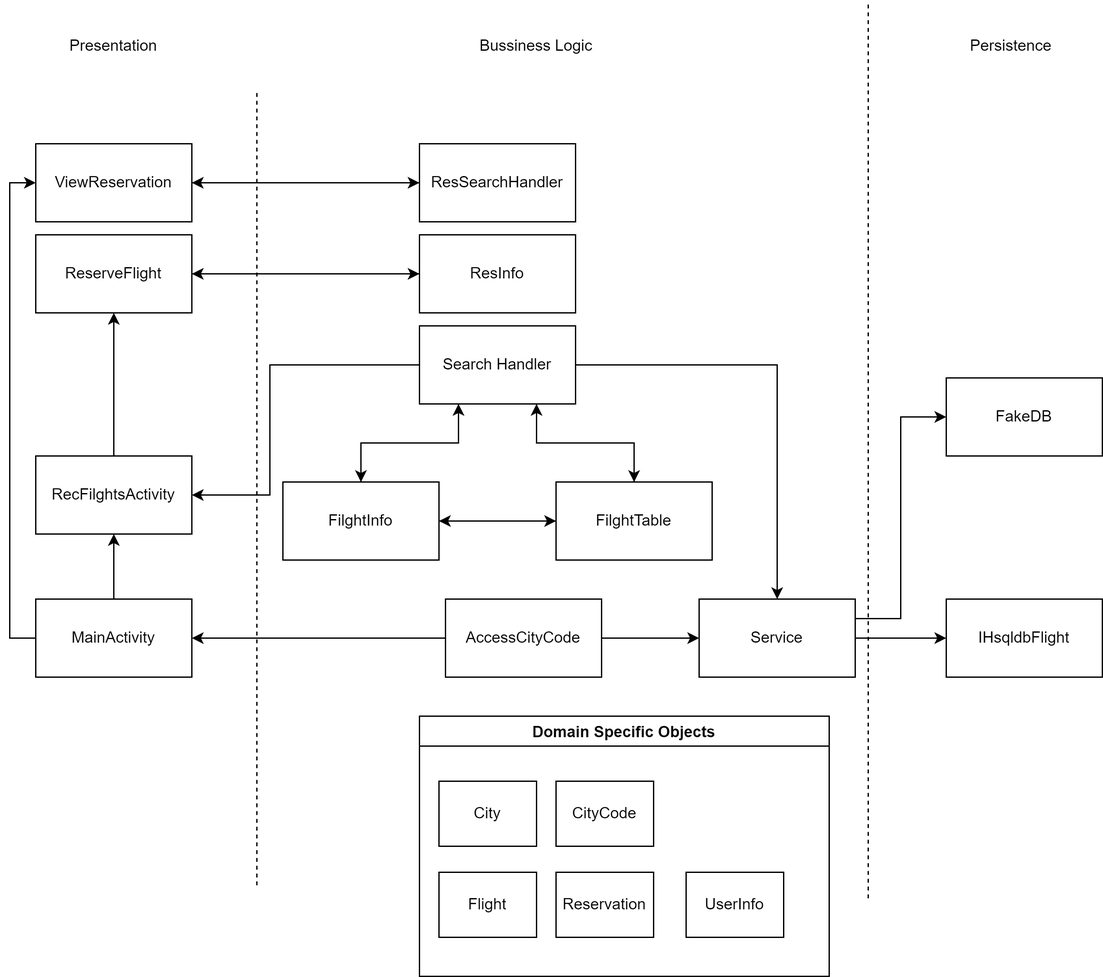
Before: ARCHITECTURE4.png, a diagram exported from draw.io (devampatels22/Airline-Reservation-App). Source tidied: cells renumbered, new cells last; positions are measured from the earlier drawing's top-left corner, leaving out a move shared by most shapes. Its diagram source:
```xml
<mxGraphModel>
  <root>
    <mxCell id="0" />
    <mxCell id="1" parent="0" />
    <mxCell id="2" style="edgeStyle=orthogonalEdgeStyle;rounded=0;jettySize=auto;html=1;exitX=0.5;exitY=0;exitDx=0;exitDy=0;entryX=0.5;entryY=1;entryDx=0;entryDy=0;" parent="1" edge="1" source="4" target="30">
      <mxGeometry relative="1" as="geometry" />
    </mxCell>
    <mxCell id="3" style="edgeStyle=orthogonalEdgeStyle;rounded=0;jettySize=auto;html=1;exitX=0;exitY=0.5;exitDx=0;exitDy=0;entryX=0;entryY=0.5;entryDx=0;entryDy=0;" parent="1" edge="1" source="4" target="34">
      <mxGeometry relative="1" as="geometry" />
    </mxCell>
    <mxCell id="4" value="MainActivity" style="rounded=0;whiteSpace=wrap;html=1;" parent="1" vertex="1">
      <mxGeometry y="460" width="120" height="60" as="geometry" />
    </mxCell>
    <mxCell id="5" value="Presentation" style="text;html=1;strokeColor=none;fillColor=none;align=center;verticalAlign=middle;whiteSpace=wrap;rounded=0;" parent="1" vertex="1">
      <mxGeometry x="30" y="20" width="60" height="30" as="geometry" />
    </mxCell>
    <mxCell id="6" style="endArrow=none;dashed=1;html=1;rounded=0;" parent="1" edge="1">
      <mxGeometry relative="1" as="geometry">
        <mxPoint x="170" y="680" as="sourcePoint" />
        <mxPoint x="170" y="70" as="targetPoint" />
      </mxGeometry>
    </mxCell>
    <mxCell id="7" value="Bussiness Logic" style="text;html=1;strokeColor=none;fillColor=none;align=center;verticalAlign=middle;whiteSpace=wrap;rounded=0;" parent="1" vertex="1">
      <mxGeometry x="330" y="20" width="110" height="30" as="geometry" />
    </mxCell>
    <mxCell id="8" value="Persistence" style="text;html=1;strokeColor=none;fillColor=none;align=center;verticalAlign=middle;whiteSpace=wrap;rounded=0;" parent="1" vertex="1">
      <mxGeometry x="720" y="20" width="60" height="30" as="geometry" />
    </mxCell>
    <mxCell id="9" style="endArrow=none;dashed=1;html=1;rounded=0;" parent="1" edge="1">
      <mxGeometry relative="1" as="geometry">
        <mxPoint x="640" y="690" as="sourcePoint" />
        <mxPoint x="640" as="targetPoint" />
      </mxGeometry>
    </mxCell>
    <mxCell id="10" style="edgeStyle=orthogonalEdgeStyle;rounded=0;jettySize=auto;html=1;exitX=0.25;exitY=1;exitDx=0;exitDy=0;" parent="1" edge="1" source="14">
      <mxGeometry relative="1" as="geometry">
        <mxPoint x="250" y="370" as="targetPoint" />
      </mxGeometry>
    </mxCell>
    <mxCell id="11" style="edgeStyle=orthogonalEdgeStyle;rounded=0;jettySize=auto;html=1;exitX=0.75;exitY=1;exitDx=0;exitDy=0;entryX=0.5;entryY=0;entryDx=0;entryDy=0;" parent="1" edge="1" source="14" target="17">
      <mxGeometry relative="1" as="geometry" />
    </mxCell>
    <mxCell id="12" style="edgeStyle=orthogonalEdgeStyle;rounded=0;jettySize=auto;html=1;exitX=1;exitY=0.5;exitDx=0;exitDy=0;entryX=0.5;entryY=0;entryDx=0;entryDy=0;" parent="1" edge="1" source="14" target="26">
      <mxGeometry relative="1" as="geometry" />
    </mxCell>
    <mxCell id="13" style="edgeStyle=orthogonalEdgeStyle;rounded=0;jettySize=auto;html=1;exitX=0;exitY=0.5;exitDx=0;exitDy=0;entryX=1;entryY=0.5;entryDx=0;entryDy=0;" parent="1" edge="1" source="14" target="30">
      <mxGeometry relative="1" as="geometry">
        <Array as="points">
          <mxPoint x="180" y="280" />
          <mxPoint x="180" y="380" />
        </Array>
      </mxGeometry>
    </mxCell>
    <mxCell id="14" value="Search Handler" style="rounded=0;whiteSpace=wrap;html=1;" parent="1" vertex="1">
      <mxGeometry x="295" y="250" width="120" height="60" as="geometry" />
    </mxCell>
    <mxCell id="15" style="edgeStyle=orthogonalEdgeStyle;rounded=0;jettySize=auto;html=1;exitX=0.5;exitY=0;exitDx=0;exitDy=0;entryX=0.75;entryY=1;entryDx=0;entryDy=0;" parent="1" edge="1" source="17" target="14">
      <mxGeometry relative="1" as="geometry" />
    </mxCell>
    <mxCell id="16" style="edgeStyle=orthogonalEdgeStyle;rounded=0;jettySize=auto;html=1;exitX=0;exitY=0.5;exitDx=0;exitDy=0;" parent="1" edge="1" source="17" target="20">
      <mxGeometry relative="1" as="geometry" />
    </mxCell>
    <mxCell id="17" value="FilghtTable" style="rounded=0;whiteSpace=wrap;html=1;" parent="1" vertex="1">
      <mxGeometry x="400" y="370" width="120" height="60" as="geometry" />
    </mxCell>
    <mxCell id="18" style="edgeStyle=orthogonalEdgeStyle;rounded=0;jettySize=auto;html=1;exitX=0.5;exitY=0;exitDx=0;exitDy=0;" parent="1" edge="1" source="20">
      <mxGeometry relative="1" as="geometry">
        <mxPoint x="325" y="310" as="targetPoint" />
      </mxGeometry>
    </mxCell>
    <mxCell id="19" style="edgeStyle=orthogonalEdgeStyle;rounded=0;jettySize=auto;html=1;exitX=1;exitY=0.5;exitDx=0;exitDy=0;entryX=0;entryY=0.5;entryDx=0;entryDy=0;" parent="1" edge="1" source="20" target="17">
      <mxGeometry relative="1" as="geometry" />
    </mxCell>
    <mxCell id="20" value="FilghtInfo" style="rounded=0;whiteSpace=wrap;html=1;" parent="1" vertex="1">
      <mxGeometry x="190" y="370" width="120" height="60" as="geometry" />
    </mxCell>
    <mxCell id="21" style="edgeStyle=orthogonalEdgeStyle;rounded=0;jettySize=auto;html=1;exitX=1;exitY=0.5;exitDx=0;exitDy=0;" parent="1" edge="1" source="23" target="26">
      <mxGeometry relative="1" as="geometry" />
    </mxCell>
    <mxCell id="22" style="edgeStyle=orthogonalEdgeStyle;rounded=0;jettySize=auto;html=1;exitX=0;exitY=0.5;exitDx=0;exitDy=0;" parent="1" edge="1" source="23" target="4">
      <mxGeometry relative="1" as="geometry" />
    </mxCell>
    <mxCell id="23" value="AccessCityCode" style="rounded=0;whiteSpace=wrap;html=1;" parent="1" vertex="1">
      <mxGeometry x="315" y="460" width="120" height="60" as="geometry" />
    </mxCell>
    <mxCell id="24" style="edgeStyle=orthogonalEdgeStyle;rounded=0;jettySize=auto;html=1;exitX=1;exitY=0.25;exitDx=0;exitDy=0;entryX=0;entryY=0.5;entryDx=0;entryDy=0;" parent="1" edge="1" source="26" target="27">
      <mxGeometry relative="1" as="geometry" />
    </mxCell>
    <mxCell id="25" style="edgeStyle=orthogonalEdgeStyle;rounded=0;jettySize=auto;html=1;exitX=1;exitY=0.5;exitDx=0;exitDy=0;entryX=0;entryY=0.5;entryDx=0;entryDy=0;" parent="1" edge="1" source="26" target="28">
      <mxGeometry relative="1" as="geometry" />
    </mxCell>
    <mxCell id="26" value="Service" style="rounded=0;whiteSpace=wrap;html=1;" parent="1" vertex="1">
      <mxGeometry x="510" y="460" width="120" height="60" as="geometry" />
    </mxCell>
    <mxCell id="27" value="FakeDB" style="rounded=0;whiteSpace=wrap;html=1;" parent="1" vertex="1">
      <mxGeometry x="700" y="290" width="120" height="60" as="geometry" />
    </mxCell>
    <mxCell id="28" value="IHsqldbFlight" style="rounded=0;whiteSpace=wrap;html=1;" parent="1" vertex="1">
      <mxGeometry x="700" y="460" width="120" height="60" as="geometry" />
    </mxCell>
    <mxCell id="29" style="edgeStyle=orthogonalEdgeStyle;rounded=0;jettySize=auto;html=1;exitX=0.5;exitY=0;exitDx=0;exitDy=0;entryX=0.5;entryY=1;entryDx=0;entryDy=0;" parent="1" edge="1" source="30" target="32">
      <mxGeometry relative="1" as="geometry" />
    </mxCell>
    <mxCell id="30" value="RecFilghtsActivity" style="rounded=0;whiteSpace=wrap;html=1;" parent="1" vertex="1">
      <mxGeometry y="350" width="120" height="60" as="geometry" />
    </mxCell>
    <mxCell id="31" style="edgeStyle=orthogonalEdgeStyle;rounded=0;jettySize=auto;html=1;exitX=1;exitY=0.5;exitDx=0;exitDy=0;entryX=0;entryY=0.5;entryDx=0;entryDy=0;" parent="1" edge="1" source="32" target="38">
      <mxGeometry relative="1" as="geometry" />
    </mxCell>
    <mxCell id="32" value="ReserveFlight" style="rounded=0;whiteSpace=wrap;html=1;" parent="1" vertex="1">
      <mxGeometry y="180" width="120" height="60" as="geometry" />
    </mxCell>
    <mxCell id="33" style="edgeStyle=orthogonalEdgeStyle;rounded=0;jettySize=auto;html=1;exitX=1;exitY=0.5;exitDx=0;exitDy=0;entryX=0;entryY=0.5;entryDx=0;entryDy=0;" parent="1" edge="1" source="34" target="36">
      <mxGeometry relative="1" as="geometry" />
    </mxCell>
    <mxCell id="34" value="ViewReservation" style="rounded=0;whiteSpace=wrap;html=1;" parent="1" vertex="1">
      <mxGeometry y="110" width="120" height="60" as="geometry" />
    </mxCell>
    <mxCell id="35" style="edgeStyle=orthogonalEdgeStyle;rounded=0;jettySize=auto;html=1;exitX=0;exitY=0.5;exitDx=0;exitDy=0;entryX=1;entryY=0.5;entryDx=0;entryDy=0;" parent="1" edge="1" source="36" target="34">
      <mxGeometry relative="1" as="geometry" />
    </mxCell>
    <mxCell id="36" value="ResSearchHandler" style="rounded=0;whiteSpace=wrap;html=1;" parent="1" vertex="1">
      <mxGeometry x="295" y="110" width="120" height="60" as="geometry" />
    </mxCell>
    <mxCell id="37" style="edgeStyle=orthogonalEdgeStyle;rounded=0;jettySize=auto;html=1;exitX=0;exitY=0.5;exitDx=0;exitDy=0;entryX=1;entryY=0.5;entryDx=0;entryDy=0;" parent="1" edge="1" source="38" target="32">
      <mxGeometry relative="1" as="geometry" />
    </mxCell>
    <mxCell id="38" value="ResInfo" style="rounded=0;whiteSpace=wrap;html=1;" parent="1" vertex="1">
      <mxGeometry x="295" y="180" width="120" height="60" as="geometry" />
    </mxCell>
    <mxCell id="39" value="Domain Specific Objects" style="swimlane;" parent="1" vertex="1">
      <mxGeometry x="295" y="550" width="315" height="200" as="geometry" />
    </mxCell>
    <mxCell id="40" value="City" style="rounded=0;whiteSpace=wrap;html=1;" parent="39" vertex="1">
      <mxGeometry x="15" y="50" width="75" height="50" as="geometry" />
    </mxCell>
    <mxCell id="41" value="CityCode" style="rounded=0;whiteSpace=wrap;html=1;" parent="39" vertex="1">
      <mxGeometry x="105" y="50" width="75" height="50" as="geometry" />
    </mxCell>
    <mxCell id="42" value="Flight" style="rounded=0;whiteSpace=wrap;html=1;" parent="39" vertex="1">
      <mxGeometry x="15" y="120" width="75" height="50" as="geometry" />
    </mxCell>
    <mxCell id="43" value="Reservation" style="rounded=0;whiteSpace=wrap;html=1;" parent="39" vertex="1">
      <mxGeometry x="105" y="120" width="75" height="50" as="geometry" />
    </mxCell>
    <mxCell id="44" value="UserInfo" style="rounded=0;whiteSpace=wrap;html=1;" parent="39" vertex="1">
      <mxGeometry x="205" y="120" width="75" height="50" as="geometry" />
    </mxCell>
  </root>
</mxGraphModel>
```
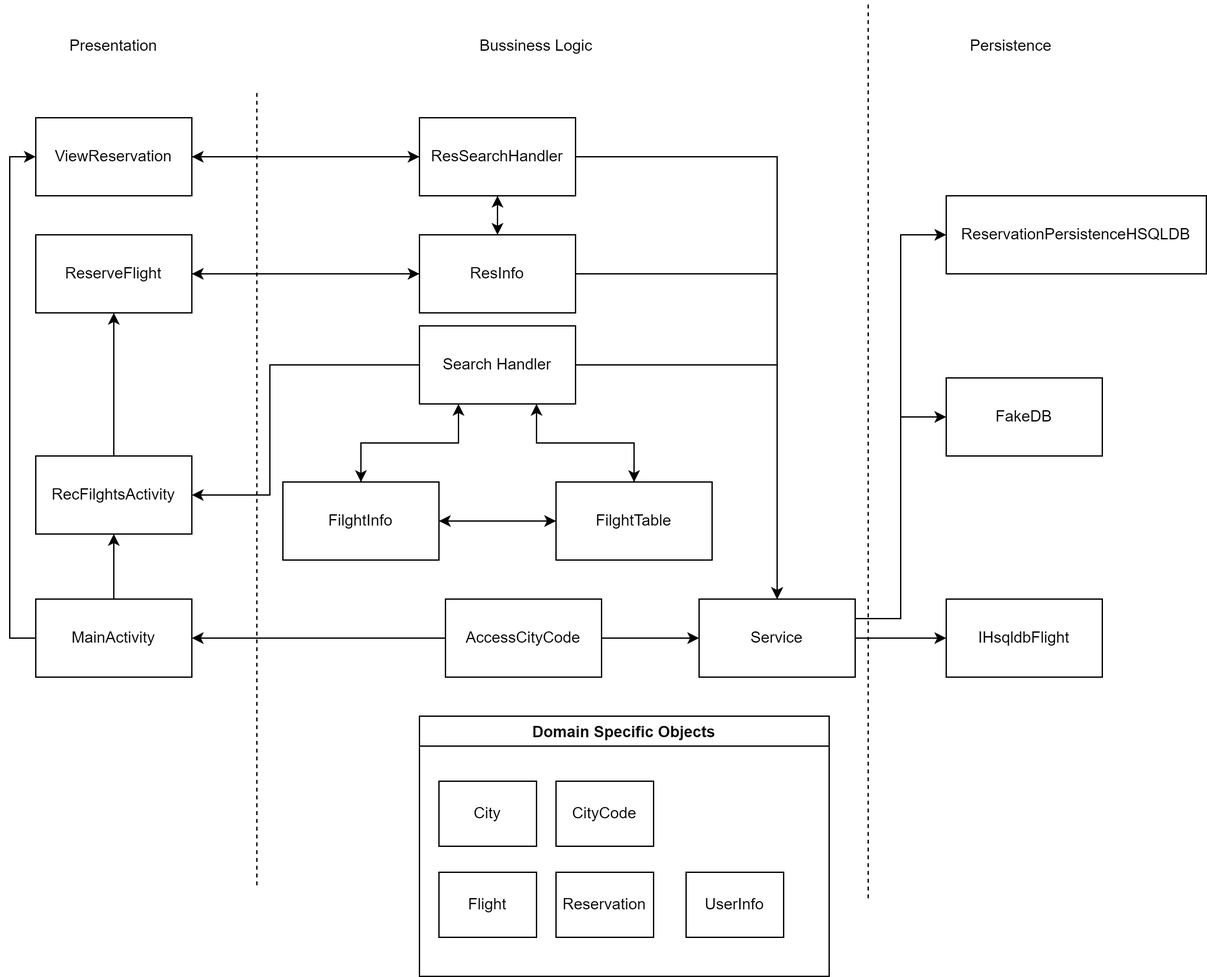
The same file after the commit.

What changed in the source:
```diff
@@ -89,6 +89,9 @@
     <mxCell id="25" style="edgeStyle=orthogonalEdgeStyle;rounded=0;jettySize=auto;html=1;exitX=1;exitY=0.5;exitDx=0;exitDy=0;entryX=0;entryY=0.5;entryDx=0;entryDy=0;" parent="1" edge="1" source="26" target="28">
       <mxGeometry relative="1" as="geometry" />
     </mxCell>
+    <mxCell id="45" style="edgeStyle=orthogonalEdgeStyle;rounded=0;jettySize=auto;html=1;exitX=1;exitY=0.25;exitDx=0;exitDy=0;entryX=0;entryY=0.5;entryDx=0;entryDy=0;" parent="1" edge="1" source="26" target="50">
+      <mxGeometry relative="1" as="geometry" />
+    </mxCell>
     <mxCell id="26" value="Service" style="rounded=0;whiteSpace=wrap;html=1;" parent="1" vertex="1">
       <mxGeometry x="510" y="460" width="120" height="60" as="geometry" />
     </mxCell>
@@ -114,17 +117,31 @@
       <mxGeometry relative="1" as="geometry" />
     </mxCell>
     <mxCell id="34" value="ViewReservation" style="rounded=0;whiteSpace=wrap;html=1;" parent="1" vertex="1">
-      <mxGeometry y="110" width="120" height="60" as="geometry" />
+      <mxGeometry y="90" width="120" height="60" as="geometry" />
     </mxCell>
     <mxCell id="35" style="edgeStyle=orthogonalEdgeStyle;rounded=0;jettySize=auto;html=1;exitX=0;exitY=0.5;exitDx=0;exitDy=0;entryX=1;entryY=0.5;entryDx=0;entryDy=0;" parent="1" edge="1" source="36" target="34">
       <mxGeometry relative="1" as="geometry" />
     </mxCell>
+    <mxCell id="46" style="edgeStyle=orthogonalEdgeStyle;rounded=0;jettySize=auto;html=1;exitX=0.5;exitY=1;exitDx=0;exitDy=0;entryX=0.5;entryY=0;entryDx=0;entryDy=0;" parent="1" edge="1" source="36" target="38">
+      <mxGeometry relative="1" as="geometry" />
+    </mxCell>
+    <mxCell id="47" style="edgeStyle=orthogonalEdgeStyle;rounded=0;jettySize=auto;html=1;exitX=1;exitY=0.5;exitDx=0;exitDy=0;" parent="1" edge="1" source="36">
+      <mxGeometry relative="1" as="geometry">
+        <mxPoint x="570" y="460" as="targetPoint" />
+      </mxGeometry>
+    </mxCell>
     <mxCell id="36" value="ResSearchHandler" style="rounded=0;whiteSpace=wrap;html=1;" parent="1" vertex="1">
-      <mxGeometry x="295" y="110" width="120" height="60" as="geometry" />
+      <mxGeometry x="295" y="90" width="120" height="60" as="geometry" />
     </mxCell>
     <mxCell id="37" style="edgeStyle=orthogonalEdgeStyle;rounded=0;jettySize=auto;html=1;exitX=0;exitY=0.5;exitDx=0;exitDy=0;entryX=1;entryY=0.5;entryDx=0;entryDy=0;" parent="1" edge="1" source="38" target="32">
       <mxGeometry relative="1" as="geometry" />
     </mxCell>
+    <mxCell id="48" style="edgeStyle=orthogonalEdgeStyle;rounded=0;jettySize=auto;html=1;exitX=0.5;exitY=0;exitDx=0;exitDy=0;entryX=0.5;entryY=1;entryDx=0;entryDy=0;" parent="1" edge="1" source="38" target="36">
+      <mxGeometry relative="1" as="geometry" />
+    </mxCell>
+    <mxCell id="49" style="edgeStyle=orthogonalEdgeStyle;rounded=0;jettySize=auto;html=1;exitX=1;exitY=0.5;exitDx=0;exitDy=0;entryX=0.5;entryY=0;entryDx=0;entryDy=0;" parent="1" edge="1" source="38" target="26">
+      <mxGeometry relative="1" as="geometry" />
+    </mxCell>
     <mxCell id="38" value="ResInfo" style="rounded=0;whiteSpace=wrap;html=1;" parent="1" vertex="1">
       <mxGeometry x="295" y="180" width="120" height="60" as="geometry" />
     </mxCell>
@@ -146,5 +163,8 @@
     <mxCell id="44" value="UserInfo" style="rounded=0;whiteSpace=wrap;html=1;" parent="39" vertex="1">
       <mxGeometry x="205" y="120" width="75" height="50" as="geometry" />
     </mxCell>
+    <mxCell id="50" value="ReservationPersistenceHSQLDB" style="rounded=0;whiteSpace=wrap;html=1;" parent="1" vertex="1">
+      <mxGeometry x="700" y="150" width="200" height="60" as="geometry" />
+    </mxCell>
   </root>
 </mxGraphModel>
```
